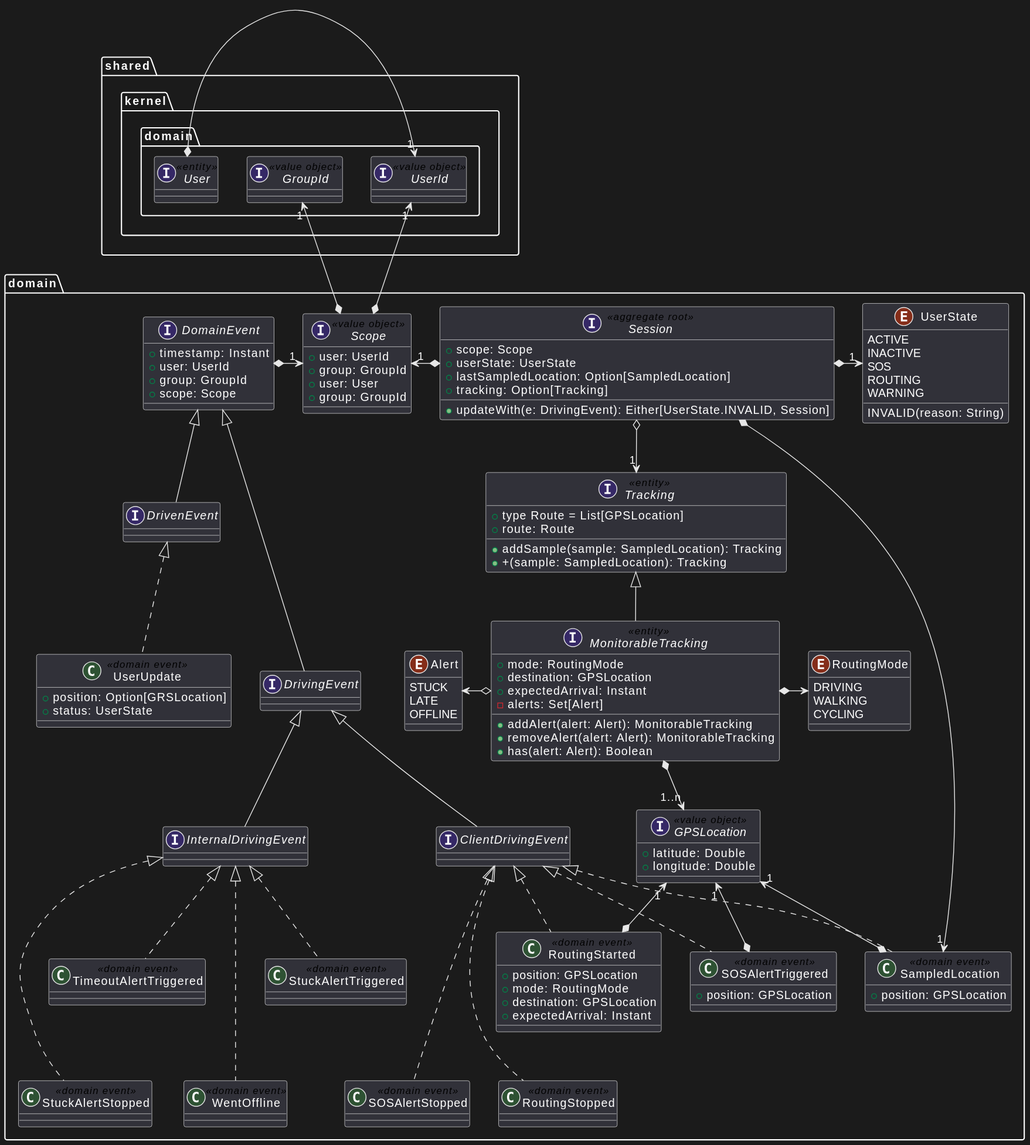
position-pal/position-pal.github.io keeps this PlantUML diagram as res/location-service-structure-domain-dark.svg. Above is the earlier version.
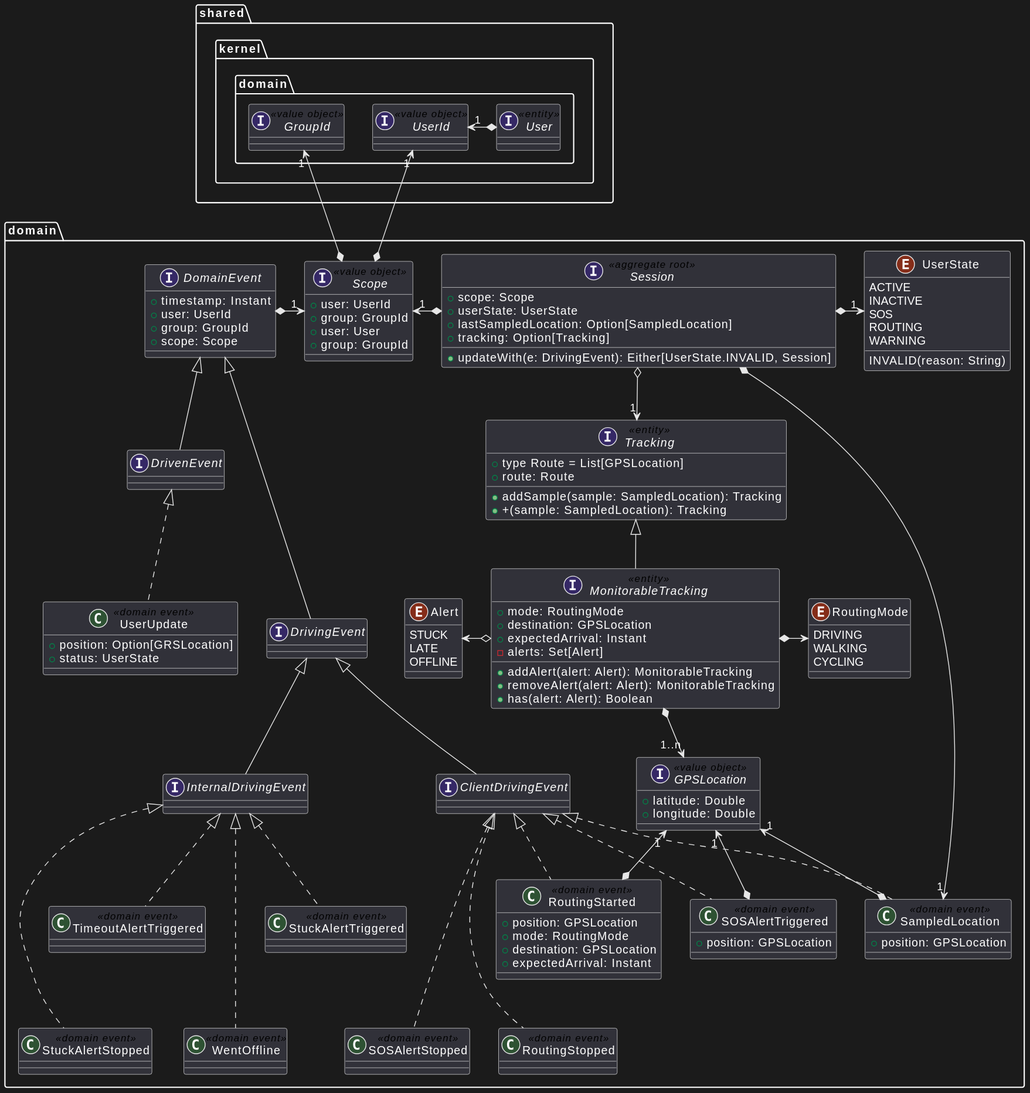
The same diagram one commit later.

Change to the diagram source:
```diff
@@ -3,7 +3,7 @@
     interface User <<entity>>
     interface UserId <<value object>>
     interface GroupId <<value object>>
-    User *-r-> "1" UserId
+    User *-left-> "1" UserId
 }
 
 package domain {
```
